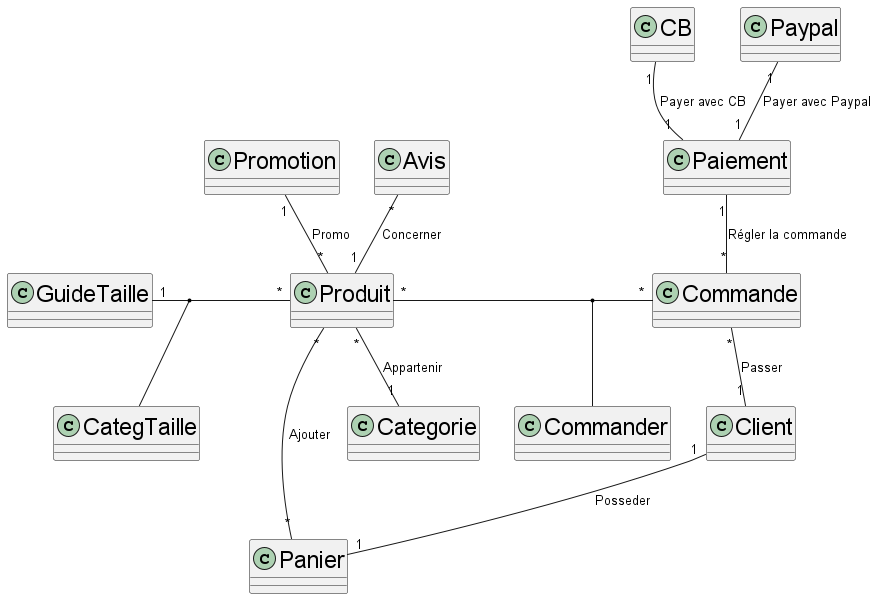
IUT-Blagnac/SAE-3-01-DevApp-G11-DisguiseHub keeps this PlantUML diagram as docs/BD/Diagramme de classes métiers BD SAE3.01.png. Above is the earlier version. Its diagram source:
```plantuml
@startuml Diagramme de classes métiers BD SAE3.01

skinparam ClassFontSize 23

class Produit

class Promotion

class CategTaille

class GuideTaille

class Categorie

class Client

class Panier

class Commande

class Paiement

class CB

class Paypal

class Commander

class Avis

Produit "*" -- "1" Categorie: Appartenir
Paypal "1" -- "1" Paiement : Payer avec Paypal
CB "1" -- "1" Paiement : Payer avec CB
Paiement "1" -- "*" Commande : Régler la commande
Produit "*" - "*" Commande
(Produit, Commande) -- Commander
Produit "*" -- "*" Panier : Ajouter
Commande "*" -- "1" Client: Passer
Client "1" -- "1" Panier: Posseder
Avis "*" -- "1" Produit: Concerner
GuideTaille "1" - "*" Produit
(GuideTaille, Produit) -- CategTaille
Promotion "1" -- "*" Produit: Promo

@enduml
```
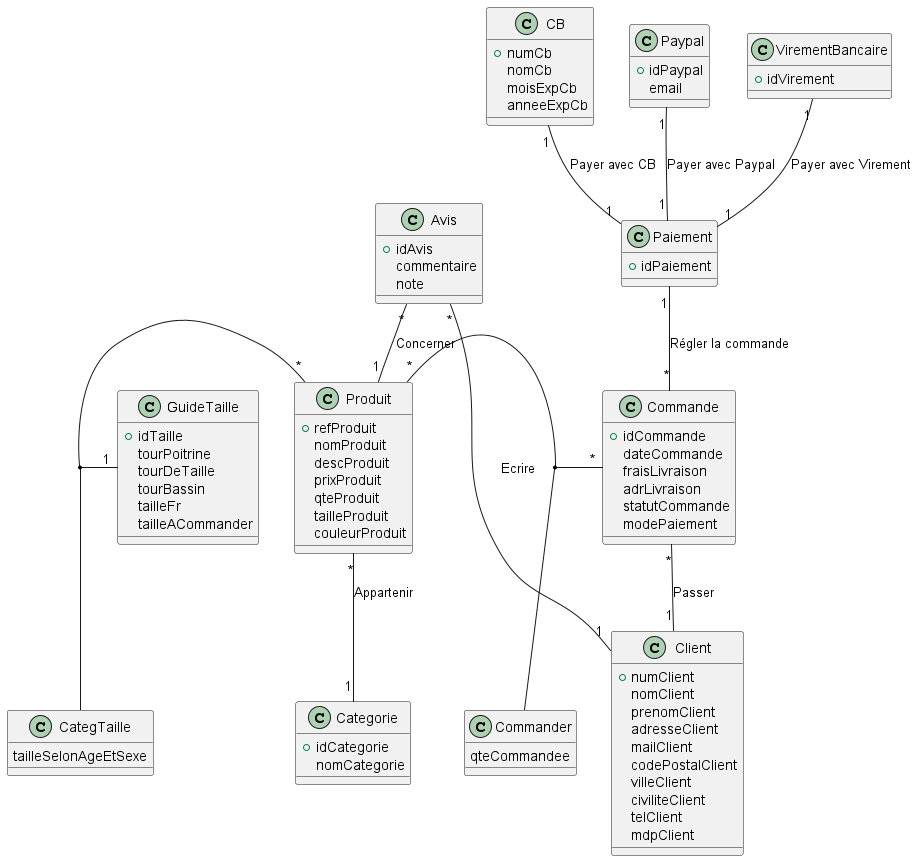
The same file after the commit.

Commit message:
Modification du diagramme de classe BD

Diff of the diagram source:
```diff
@@ -1,32 +1,85 @@
 @startuml Diagramme de classes métiers BD SAE3.01
 
-skinparam ClassFontSize 23
+class Produit {
+    + refProduit
+    nomProduit
+    descProduit
+    prixProduit
+    qteProduit
+    tailleProduit
+    couleurProduit
+}
 
-class Produit
+class CategTaille {
+    tailleSelonAgeEtSexe
+}
 
-class Promotion
+class GuideTaille {
+    + idTaille
+    tourPoitrine
+    tourDeTaille
+    tourBassin
+    tailleFr
+    tailleACommander
+}
 
-class CategTaille
+class Categorie {
+    + idCategorie
+    nomCategorie
+}
 
-class GuideTaille
+class Client {
+    + numClient
+    nomClient
+    prenomClient
+    adresseClient
+    mailClient
+    codePostalClient
+    villeClient
+    civiliteClient
+    telClient
+    mdpClient
+}
 
-class Categorie
+class Commande {
+    + idCommande
+    dateCommande
+    fraisLivraison
+    adrLivraison
+    statutCommande
+    modePaiement
+}
 
-class Client
+class Paiement {
+    + idPaiement
+}
 
-class Panier
+class CB {
+    + numCb
+    nomCb
+    moisExpCb
+    anneeExpCb
+}
 
-class Commande
+class Paypal {
+    + idPaypal
+    email
+}
 
-class Paiement
+class VirementBancaire {
+    + idVirement
 
-class CB
+}
 
-class Paypal
+class Commander {
+    qteCommandee
+}
 
-class Commander
-
-class Avis
+class Avis {
+    + idAvis
+    commentaire
+    note
+}
 
 Produit "*" -- "1" Categorie: Appartenir
 Paypal "1" -- "1" Paiement : Payer avec Paypal
@@ -34,12 +87,11 @@
 Paiement "1" -- "*" Commande : Régler la commande
 Produit "*" - "*" Commande
 (Produit, Commande) -- Commander
-Produit "*" -- "*" Panier : Ajouter
 Commande "*" -- "1" Client: Passer
-Client "1" -- "1" Panier: Posseder
 Avis "*" -- "1" Produit: Concerner
 GuideTaille "1" - "*" Produit
 (GuideTaille, Produit) -- CategTaille
-Promotion "1" -- "*" Produit: Promo
+Avis "*" -- "1" Client: Ecrire
+VirementBancaire "1" -- "1" Paiement : Payer avec Virement
 
 @enduml
```
